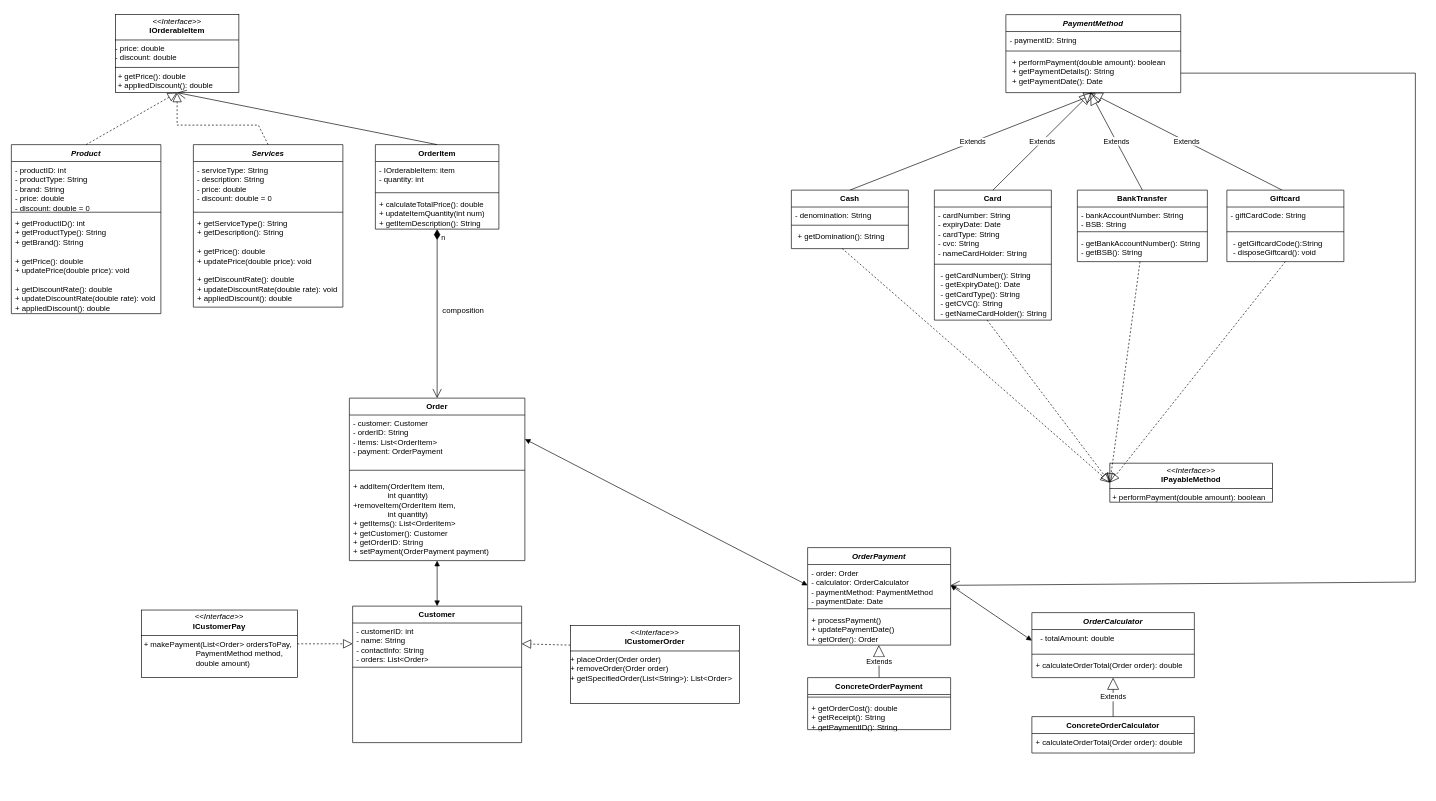
Earlier version of the draw.io diagram soft2201w3.drawio (NguyenChHieu/graphs). Source tidied: cells renumbered, new cells numbered last; positions are measured from the earlier drawing's top-left corner, leaving out a move shared by most shapes. Both pictures are drawn from the tidied source at 65%, with x=0, y=0 at pixel (11, 14).
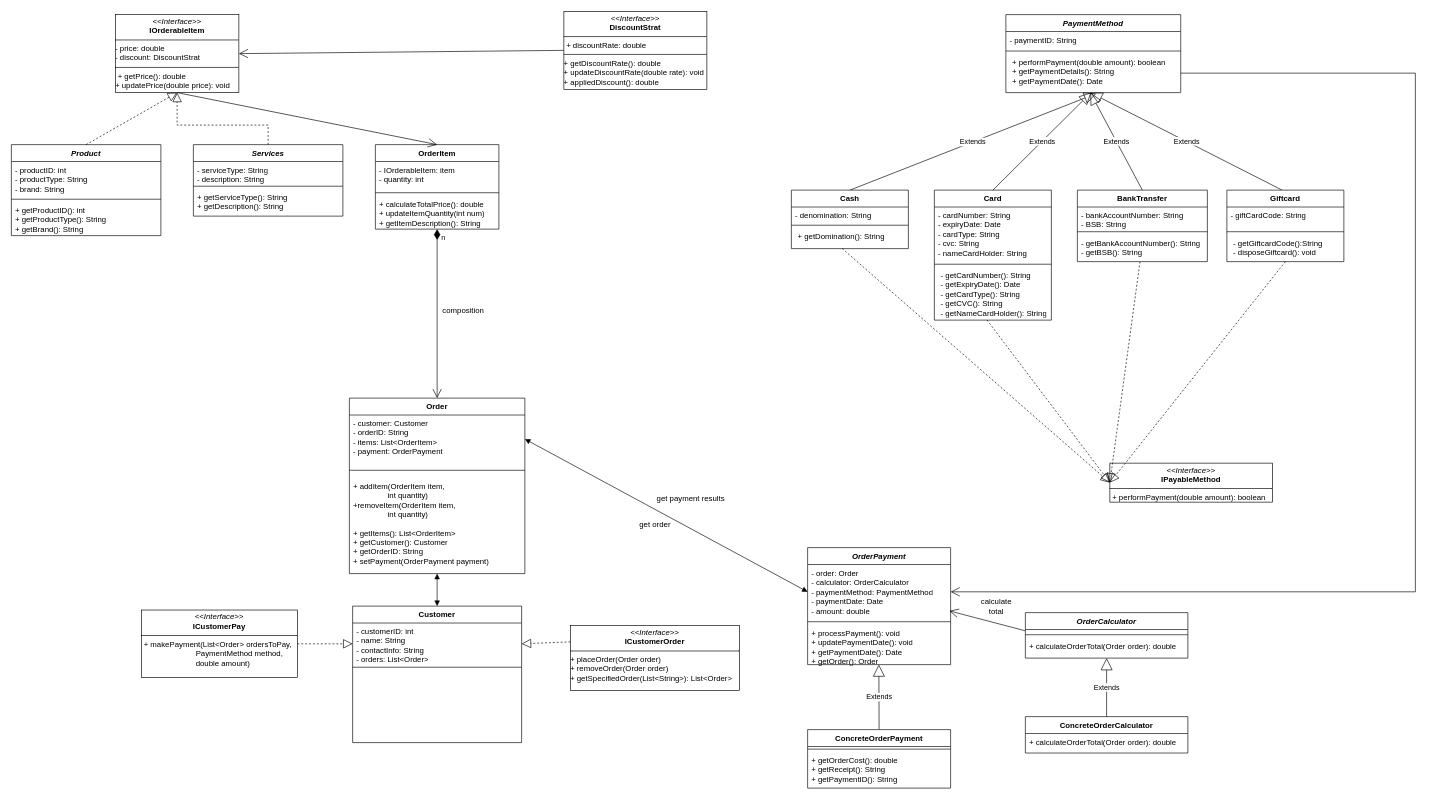
The same page after the edit.

Unchanged cells that the change refers to:
```xml
<mxCell id="17" value="OrderItem" style="swimlane;fontStyle=1;align=center;verticalAlign=top;horizontal=1;startSize=26;whiteSpace=wrap;html=1;" parent="1" vertex="1">
  <mxGeometry x="560" y="200" width="190" height="130" as="geometry" />
</mxCell>
<mxCell id="51" value="&lt;p style=&quot;margin: 0px 0px 0px 4px;&quot;&gt;+ performPayment(double amount):&lt;span style=&quot;background-color: initial;&quot;&gt;&amp;nbsp;&lt;/span&gt;&lt;span style=&quot;background-color: initial;&quot;&gt;boolean&lt;/span&gt;&lt;/p&gt;&lt;p style=&quot;margin: 0px 0px 0px 4px;&quot;&gt;+ getPaymentDetails():&amp;nbsp;&lt;span style=&quot;background-color: initial;&quot;&gt;String&lt;/span&gt;&lt;/p&gt;&lt;p style=&quot;margin: 0px 0px 0px 4px;&quot;&gt;&lt;span style=&quot;background-color: initial;&quot;&gt;+ getPaymentDate(): Date&lt;/span&gt;&lt;/p&gt;" style="text;strokeColor=none;fillColor=none;align=left;verticalAlign=top;spacingLeft=4;spacingRight=4;overflow=hidden;points=[[0,0.5],[1,0.5]];portConstraint=eastwest;whiteSpace=wrap;html=1;" parent="48" vertex="1">
  <mxGeometry y="60" width="269" height="60" as="geometry" />
</mxCell>
```

Diff of the diagram source:
```diff
@@
     <mxCell id="2" value="&lt;i&gt;Product&lt;/i&gt;" style="swimlane;fontStyle=1;align=center;verticalAlign=top;horizontal=1;startSize=26;whiteSpace=wrap;html=1;" parent="1" vertex="1">
-      <mxGeometry y="200" width="230" height="260" as="geometry" />
+      <mxGeometry y="200" width="230" height="140" as="geometry" />
     </mxCell>
-    <mxCell id="3" value="&lt;div&gt;- productID: int&lt;/div&gt;- productType: String&lt;div&gt;- brand: String&lt;br&gt;&lt;div&gt;- price: double&lt;/div&gt;&lt;/div&gt;&lt;div&gt;- discount: double = 0&lt;/div&gt;" style="text;strokeColor=none;fillColor=none;align=left;verticalAlign=top;spacingLeft=4;spacingRight=4;overflow=hidden;whiteSpace=wrap;html=1;" parent="2" vertex="1">
-      <mxGeometry y="26" width="230" height="74" as="geometry" />
+    <mxCell id="3" value="&lt;div&gt;- productID: int&lt;/div&gt;- productType: String&lt;div&gt;- brand: String&lt;/div&gt;" style="text;strokeColor=none;fillColor=none;align=left;verticalAlign=top;spacingLeft=4;spacingRight=4;overflow=hidden;whiteSpace=wrap;html=1;" parent="2" vertex="1">
+      <mxGeometry y="26" width="230" height="54" as="geometry" />
     </mxCell>
     <mxCell id="4" style="line;strokeWidth=1;fillColor=none;align=left;verticalAlign=middle;spacingTop=-1;spacingLeft=3;spacingRight=3;labelPosition=right;strokeColor=inherit;" parent="2" vertex="1">
-      <mxGeometry y="100" width="230" height="8" as="geometry" />
+      <mxGeometry y="80" width="230" height="8" as="geometry" />
     </mxCell>
-    <mxCell id="5" value="&lt;div&gt;+ getProductID(): int&lt;/div&gt;&lt;div&gt;&lt;span style=&quot;background-color: initial;&quot;&gt;+ getProductType(): String&lt;/span&gt;&lt;br&gt;&lt;/div&gt;&lt;div&gt;&lt;div&gt;+ getBrand(): String&lt;/div&gt;&lt;/div&gt;&lt;div&gt;&lt;span style=&quot;background-color: initial;&quot;&gt;&lt;br&gt;&lt;/span&gt;&lt;/div&gt;&lt;div&gt;&lt;div&gt;+ getPrice(): double&lt;/div&gt;&lt;div&gt;+ updatePrice(double price): void&lt;/div&gt;&lt;div&gt;&lt;br&gt;&lt;/div&gt;&lt;div&gt;+ getDiscountRate(): double&lt;/div&gt;&lt;div&gt;+ updateDiscountRate(double rate): void&lt;/div&gt;&lt;div&gt;+ appliedDiscount(): double&lt;/div&gt;&lt;/div&gt;" style="text;strokeColor=none;fillColor=none;align=left;verticalAlign=top;spacingLeft=4;spacingRight=4;overflow=hidden;whiteSpace=wrap;html=1;" parent="2" vertex="1">
-      <mxGeometry y="108" width="230" height="152" as="geometry" />
+    <mxCell id="5" value="&lt;div&gt;+ getProductID(): int&lt;/div&gt;&lt;div&gt;&lt;span style=&quot;background-color: initial;&quot;&gt;+ getProductType(): String&lt;/span&gt;&lt;br&gt;&lt;/div&gt;&lt;div&gt;&lt;div&gt;+ getBrand(): String&lt;/div&gt;&lt;/div&gt;&lt;div&gt;&lt;span style=&quot;background-color: initial;&quot;&gt;&lt;br&gt;&lt;/span&gt;&lt;/div&gt;&lt;div&gt;&lt;div&gt;&lt;br&gt;&lt;/div&gt;&lt;/div&gt;" style="text;strokeColor=none;fillColor=none;align=left;verticalAlign=top;spacingLeft=4;spacingRight=4;overflow=hidden;whiteSpace=wrap;html=1;" parent="2" vertex="1">
+      <mxGeometry y="88" width="230" height="52" as="geometry" />
     </mxCell>
     <mxCell id="6" value="&lt;i&gt;Services&lt;/i&gt;" style="swimlane;fontStyle=1;align=center;verticalAlign=top;horizontal=1;startSize=26;whiteSpace=wrap;html=1;" parent="1" vertex="1">
-      <mxGeometry x="280" y="200" width="230" height="250" as="geometry" />
+      <mxGeometry x="280" y="200" width="230" height="110" as="geometry" />
     </mxCell>
-    <mxCell id="7" value="&lt;div&gt;- serviceType: String&lt;br&gt;&lt;div&gt;- description: String&amp;nbsp;&lt;/div&gt;&lt;div&gt;- price: double&lt;/div&gt;&lt;/div&gt;&lt;div&gt;- discount: double = 0&lt;/div&gt;" style="text;strokeColor=none;fillColor=none;align=left;verticalAlign=top;spacingLeft=4;spacingRight=4;overflow=hidden;whiteSpace=wrap;html=1;" parent="6" vertex="1">
-      <mxGeometry y="26" width="230" height="74" as="geometry" />
+    <mxCell id="7" value="- serviceType: String&lt;br&gt;&lt;div&gt;- description: String&amp;nbsp;&lt;/div&gt;&lt;div&gt;&lt;br&gt;&lt;/div&gt;" style="text;strokeColor=none;fillColor=none;align=left;verticalAlign=top;spacingLeft=4;spacingRight=4;overflow=hidden;whiteSpace=wrap;html=1;" parent="6" vertex="1">
+      <mxGeometry y="26" width="230" height="34" as="geometry" />
     </mxCell>
     <mxCell id="8" style="line;strokeWidth=1;fillColor=none;align=left;verticalAlign=middle;spacingTop=-1;spacingLeft=3;spacingRight=3;labelPosition=right;strokeColor=inherit;" parent="6" vertex="1">
-      <mxGeometry y="100" width="230" height="8" as="geometry" />
+      <mxGeometry y="60" width="230" height="8" as="geometry" />
     </mxCell>
-    <mxCell id="9" value="&lt;div&gt;+ getServiceType(): String&lt;/div&gt;&lt;div&gt;+ getDescription(): String&lt;/div&gt;&lt;div&gt;&lt;div&gt;&lt;br&gt;&lt;/div&gt;&lt;div&gt;+ getPrice(): double&lt;/div&gt;&lt;div&gt;+ updatePrice(double price): void&lt;/div&gt;&lt;div&gt;&lt;br&gt;&lt;/div&gt;&lt;div&gt;+ getDiscountRate(): double&lt;/div&gt;&lt;div&gt;+ updateDiscountRate(double rate): void&lt;/div&gt;&lt;div&gt;+ appliedDiscount(): double&lt;/div&gt;&lt;div&gt;&lt;br&gt;&lt;/div&gt;&lt;/div&gt;" style="text;strokeColor=none;fillColor=none;align=left;verticalAlign=top;spacingLeft=4;spacingRight=4;overflow=hidden;whiteSpace=wrap;html=1;" parent="6" vertex="1">
-      <mxGeometry y="108" width="230" height="142" as="geometry" />
+    <mxCell id="9" value="&lt;div&gt;+ getServiceType(): String&lt;/div&gt;&lt;div&gt;+ getDescription(): String&lt;/div&gt;&lt;div&gt;&lt;div&gt;&lt;br&gt;&lt;/div&gt;&lt;div&gt;&lt;br&gt;&lt;/div&gt;&lt;div&gt;&lt;br&gt;&lt;/div&gt;&lt;/div&gt;" style="text;strokeColor=none;fillColor=none;align=left;verticalAlign=top;spacingLeft=4;spacingRight=4;overflow=hidden;whiteSpace=wrap;html=1;" parent="6" vertex="1">
+      <mxGeometry y="68" width="230" height="42" as="geometry" />
     </mxCell>
@@
-    <mxCell id="14" value="&lt;p style=&quot;margin:0px;margin-top:4px;text-align:center;&quot;&gt;&lt;i&gt;&amp;lt;&amp;lt;Interface&amp;gt;&amp;gt;&lt;/i&gt;&lt;br&gt;&lt;b&gt;IOrderableItem&lt;/b&gt;&lt;/p&gt;&lt;hr size=&quot;1&quot; style=&quot;border-style:solid;&quot;&gt;&lt;div&gt;- price: double&lt;/div&gt;&lt;div&gt;- discount: double&amp;nbsp;&lt;/div&gt;&lt;hr size=&quot;1&quot; style=&quot;border-style:solid;&quot;&gt;&lt;p style=&quot;margin: 0px 0px 0px 4px;&quot;&gt;+ getPrice(): double&lt;/p&gt;&lt;p style=&quot;margin: 0px 0px 0px 4px;&quot;&gt;+ appliedDiscount(): double&lt;/p&gt;" style="verticalAlign=top;align=left;overflow=fill;html=1;whiteSpace=wrap;" parent="1" vertex="1">
+    <mxCell id="14" value="&lt;p style=&quot;margin:0px;margin-top:4px;text-align:center;&quot;&gt;&lt;i&gt;&amp;lt;&amp;lt;Interface&amp;gt;&amp;gt;&lt;/i&gt;&lt;br&gt;&lt;b&gt;IOrderableItem&lt;/b&gt;&lt;/p&gt;&lt;hr size=&quot;1&quot; style=&quot;border-style:solid;&quot;&gt;&lt;div&gt;- price: double&lt;/div&gt;&lt;div&gt;- discount: DiscountStrat&lt;/div&gt;&lt;hr size=&quot;1&quot; style=&quot;border-style:solid;&quot;&gt;&lt;p style=&quot;margin: 0px 0px 0px 4px;&quot;&gt;+ getPrice(): double&lt;/p&gt;&lt;div&gt;&lt;span style=&quot;background-color: initial;&quot;&gt;+ updatePrice(double price): void&lt;/span&gt;&lt;br&gt;&lt;/div&gt;&lt;div&gt;&lt;br&gt;&lt;/div&gt;&lt;p style=&quot;margin: 0px 0px 0px 4px;&quot;&gt;&lt;br&gt;&lt;/p&gt;" style="verticalAlign=top;align=left;overflow=fill;html=1;whiteSpace=wrap;" parent="1" vertex="1">
       <mxGeometry x="160" width="190" height="120" as="geometry" />
     </mxCell>
@@
     <mxCell id="16" style="endArrow=block;dashed=1;endFill=0;endSize=12;html=1;rounded=0;exitX=0.5;exitY=0;exitDx=0;exitDy=0;entryX=0.5;entryY=1;entryDx=0;entryDy=0;" parent="1" edge="1" source="6" target="14">
       <mxGeometry relative="1" as="geometry">
         <Array as="points">
-          <mxPoint x="380" y="170" />
+          <mxPoint x="395" y="170" />
           <mxPoint x="255" y="170" />
         </Array>
       </mxGeometry>
     </mxCell>
@@
-    <mxCell id="21" style="endArrow=open;endFill=1;endSize=12;html=1;rounded=0;exitX=0.5;exitY=0;exitDx=0;exitDy=0;entryX=0.5;entryY=1;entryDx=0;entryDy=0;" parent="1" edge="1" source="17" target="14">
-      <mxGeometry relative="1" as="geometry" />
-    </mxCell>
     <mxCell id="22" value="Order" style="swimlane;fontStyle=1;align=center;verticalAlign=top;horizontal=1;startSize=26;whiteSpace=wrap;html=1;" parent="1" vertex="1">
-      <mxGeometry x="520" y="590" width="270" height="250" as="geometry" />
+      <mxGeometry x="520" y="590" width="270" height="270" as="geometry" />
     </mxCell>
@@
-    <mxCell id="25" value="+ addItem(OrderItem item,&lt;div&gt;&lt;span style=&quot;white-space: pre;&quot;&gt;&#9;&lt;/span&gt;&lt;span style=&quot;white-space: pre;&quot;&gt;&#9;&lt;/span&gt;int quantity)&lt;/div&gt;&lt;div&gt;+removeItem(&lt;span style=&quot;background-color: initial;&quot;&gt;OrderItem item,&lt;/span&gt;&lt;/div&gt;&lt;div&gt;&lt;span style=&quot;white-space: pre;&quot;&gt;&#9;&lt;/span&gt;&lt;span style=&quot;white-space: pre;&quot;&gt;&#9;&lt;/span&gt;int quantity)&lt;/div&gt;&lt;div&gt;+ getItems():&amp;nbsp;&lt;span style=&quot;background-color: initial;&quot;&gt;List&amp;lt;OrderItem&amp;gt;&lt;/span&gt;&lt;/div&gt;&lt;div&gt;+ getCustomer(): Customer&lt;/div&gt;&lt;div&gt;+ getOrderID: String&lt;/div&gt;&lt;div&gt;+ setPayment(OrderPayment payment)&amp;nbsp;&lt;/div&gt;" style="text;strokeColor=none;fillColor=none;align=left;verticalAlign=top;spacingLeft=4;spacingRight=4;overflow=hidden;whiteSpace=wrap;html=1;" parent="22" vertex="1">
-      <mxGeometry y="122" width="270" height="128" as="geometry" />
+    <mxCell id="25" value="+ addItem(OrderItem item,&lt;div&gt;&lt;span style=&quot;white-space: pre;&quot;&gt;&#9;&lt;/span&gt;&lt;span style=&quot;white-space: pre;&quot;&gt;&#9;&lt;/span&gt;int quantity)&lt;/div&gt;&lt;div&gt;+removeItem(&lt;span style=&quot;background-color: initial;&quot;&gt;OrderItem item,&lt;/span&gt;&lt;/div&gt;&lt;div&gt;&lt;span style=&quot;white-space: pre;&quot;&gt;&#9;&lt;/span&gt;&lt;span style=&quot;white-space: pre;&quot;&gt;&#9;&lt;/span&gt;int quantity)&lt;/div&gt;&lt;div&gt;&lt;br&gt;&lt;/div&gt;&lt;div&gt;+ getItems():&amp;nbsp;&lt;span style=&quot;background-color: initial;&quot;&gt;List&amp;lt;OrderItem&amp;gt;&lt;/span&gt;&lt;/div&gt;&lt;div&gt;+ getCustomer(): Customer&lt;/div&gt;&lt;div&gt;+ getOrderID: String&lt;/div&gt;&lt;div&gt;+ setPayment(OrderPayment payment)&amp;nbsp;&lt;/div&gt;" style="text;strokeColor=none;fillColor=none;align=left;verticalAlign=top;spacingLeft=4;spacingRight=4;overflow=hidden;whiteSpace=wrap;html=1;" parent="22" vertex="1">
+      <mxGeometry y="122" width="270" height="148" as="geometry" />
     </mxCell>
@@
     <mxCell id="36" value="ConcreteOrderCalculator" style="swimlane;fontStyle=1;align=center;verticalAlign=top;horizontal=1;startSize=26;whiteSpace=wrap;html=1;" parent="1" vertex="1">
-      <mxGeometry x="1570" y="1080" width="250" height="56" as="geometry" />
+      <mxGeometry x="1560" y="1080" width="250" height="56" as="geometry" />
     </mxCell>
@@
     <mxCell id="38" value="&lt;i&gt;OrderPayment&lt;/i&gt;" style="swimlane;fontStyle=1;align=center;verticalAlign=top;horizontal=1;startSize=26;whiteSpace=wrap;html=1;" parent="1" vertex="1">
-      <mxGeometry x="1225" y="820" width="220" height="150" as="geometry" />
+      <mxGeometry x="1225" y="820" width="220" height="180" as="geometry" />
     </mxCell>
-    <mxCell id="39" value="- order: Order&lt;div&gt;- calculator: OrderCalculator&lt;br&gt;&lt;div&gt;&lt;div&gt;&lt;span style=&quot;background-color: initial;&quot;&gt;- paymentMethod: PaymentMethod&lt;/span&gt;&lt;br&gt;&lt;/div&gt;&lt;div&gt;-&lt;span style=&quot;background-color: initial;&quot;&gt;&amp;nbsp;payment&lt;/span&gt;&lt;span style=&quot;background-color: initial;&quot;&gt;Date: Date&lt;/span&gt;&lt;/div&gt;&lt;/div&gt;&lt;/div&gt;" style="text;strokeColor=none;fillColor=none;align=left;verticalAlign=top;spacingLeft=4;spacingRight=4;overflow=hidden;points=[[0,0.5],[1,0.5]];portConstraint=eastwest;whiteSpace=wrap;html=1;" parent="38" vertex="1">
-      <mxGeometry y="26" width="220" height="64" as="geometry" />
+    <mxCell id="39" value="- order: Order&lt;div&gt;- calculator: OrderCalculator&lt;br&gt;&lt;div&gt;&lt;div&gt;&lt;span style=&quot;background-color: initial;&quot;&gt;- paymentMethod: PaymentMethod&lt;/span&gt;&lt;br&gt;&lt;/div&gt;&lt;div&gt;-&lt;span style=&quot;background-color: initial;&quot;&gt;&amp;nbsp;payment&lt;/span&gt;&lt;span style=&quot;background-color: initial;&quot;&gt;Date: Date&lt;/span&gt;&lt;/div&gt;&lt;/div&gt;&lt;/div&gt;&lt;div&gt;&lt;span style=&quot;background-color: initial;&quot;&gt;- amount: double&lt;/span&gt;&lt;/div&gt;" style="text;strokeColor=none;fillColor=none;align=left;verticalAlign=top;spacingLeft=4;spacingRight=4;overflow=hidden;points=[[0,0.5],[1,0.5]];portConstraint=eastwest;whiteSpace=wrap;html=1;" parent="38" vertex="1">
+      <mxGeometry y="26" width="220" height="84" as="geometry" />
     </mxCell>
     <mxCell id="40" style="line;strokeWidth=1;fillColor=none;align=left;verticalAlign=middle;spacingTop=-1;spacingLeft=3;spacingRight=3;labelPosition=right;strokeColor=inherit;" parent="38" vertex="1">
-      <mxGeometry y="90" width="220" height="8" as="geometry" />
+      <mxGeometry y="110" width="220" height="8" as="geometry" />
     </mxCell>
-    <mxCell id="41" value="&lt;div&gt;+ processPayment()&lt;/div&gt;&lt;div&gt;&lt;span style=&quot;background-color: initial;&quot;&gt;+ updatePaymentDate()&lt;/span&gt;&lt;/div&gt;&lt;div&gt;&lt;span style=&quot;background-color: initial;&quot;&gt;+ getOrder(): Order&lt;/span&gt;&lt;/div&gt;" style="text;strokeColor=none;fillColor=none;align=left;verticalAlign=top;spacingLeft=4;spacingRight=4;overflow=hidden;points=[[0,0.5],[1,0.5]];portConstraint=eastwest;whiteSpace=wrap;html=1;" parent="38" vertex="1">
-      <mxGeometry y="98" width="220" height="52" as="geometry" />
+    <mxCell id="41" value="&lt;div&gt;+ processPayment(): void&lt;/div&gt;&lt;div&gt;&lt;span style=&quot;background-color: initial;&quot;&gt;+ updatePaymentDate(): void&lt;/span&gt;&lt;/div&gt;&lt;div&gt;&lt;span style=&quot;background-color: initial;&quot;&gt;+ getPaymentDate(): Date&lt;/span&gt;&lt;/div&gt;&lt;div&gt;&lt;span style=&quot;background-color: initial;&quot;&gt;+ getOrder(): Order&lt;/span&gt;&lt;/div&gt;" style="text;strokeColor=none;fillColor=none;align=left;verticalAlign=top;spacingLeft=4;spacingRight=4;overflow=hidden;points=[[0,0.5],[1,0.5]];portConstraint=eastwest;whiteSpace=wrap;html=1;" parent="38" vertex="1">
+      <mxGeometry y="118" width="220" height="62" as="geometry" />
     </mxCell>
     <mxCell id="42" value="&lt;b&gt;&lt;i&gt;OrderCalculator&lt;/i&gt;&lt;/b&gt;" style="swimlane;fontStyle=1;align=center;verticalAlign=top;horizontal=1;startSize=26;whiteSpace=wrap;html=1;" parent="1" vertex="1">
-      <mxGeometry x="1570" y="920" width="250" height="100" as="geometry" />
+      <mxGeometry x="1560" y="920" width="250" height="70" as="geometry" />
     </mxCell>
-    <mxCell id="43" value="&lt;p style=&quot;margin: 0px 0px 0px 4px;&quot;&gt;&lt;span style=&quot;background-color: initial;&quot;&gt;&amp;nbsp;- totalAmount: double&amp;nbsp;&lt;/span&gt;&lt;br&gt;&lt;/p&gt;" style="text;strokeColor=none;fillColor=none;align=left;verticalAlign=top;spacingLeft=4;spacingRight=4;overflow=hidden;points=[[0,0.5],[1,0.5]];portConstraint=eastwest;whiteSpace=wrap;html=1;" parent="42" vertex="1">
-      <mxGeometry y="26" width="250" height="34" as="geometry" />
+    <mxCell id="43" value="&lt;p style=&quot;margin: 0px 0px 0px 4px;&quot;&gt;&lt;br&gt;&lt;/p&gt;" style="text;strokeColor=none;fillColor=none;align=left;verticalAlign=top;spacingLeft=4;spacingRight=4;overflow=hidden;points=[[0,0.5],[1,0.5]];portConstraint=eastwest;whiteSpace=wrap;html=1;" parent="42" vertex="1">
+      <mxGeometry y="26" width="250" height="4" as="geometry" />
     </mxCell>
     <mxCell id="44" style="line;strokeWidth=1;fillColor=none;align=left;verticalAlign=middle;spacingTop=-1;spacingLeft=3;spacingRight=3;labelPosition=right;strokeColor=inherit;" parent="42" vertex="1">
-      <mxGeometry y="60" width="250" height="8" as="geometry" />
+      <mxGeometry y="30" width="250" height="8" as="geometry" />
     </mxCell>
     <mxCell id="45" value="&lt;div&gt;+ calculateOrderTotal(Order order): double&lt;/div&gt;&lt;div&gt;&lt;br&gt;&lt;/div&gt;" style="text;strokeColor=none;fillColor=none;align=left;verticalAlign=top;spacingLeft=4;spacingRight=4;overflow=hidden;whiteSpace=wrap;html=1;" parent="42" vertex="1">
-      <mxGeometry y="68" width="250" height="32" as="geometry" />
+      <mxGeometry y="38" width="250" height="32" as="geometry" />
     </mxCell>
@@
     <mxCell id="61" value="ConcreteOrderPayment" style="swimlane;fontStyle=1;align=center;verticalAlign=top;horizontal=1;startSize=26;whiteSpace=wrap;html=1;" parent="1" vertex="1">
-      <mxGeometry x="1225" y="1020" width="220" height="80" as="geometry" />
+      <mxGeometry x="1225" y="1100" width="220" height="90" as="geometry" />
     </mxCell>
@@
     <mxCell id="63" value="&lt;div&gt;+ getOrderCost(): double&lt;/div&gt;&lt;div&gt;+ getReceipt(): String&lt;/div&gt;&lt;div&gt;+ getPaymentID(): String&lt;/div&gt;" style="text;strokeColor=none;fillColor=none;align=left;verticalAlign=top;spacingLeft=4;spacingRight=4;overflow=hidden;whiteSpace=wrap;html=1;" parent="61" vertex="1">
-      <mxGeometry y="34" width="220" height="46" as="geometry" />
+      <mxGeometry y="34" width="220" height="56" as="geometry" />
     </mxCell>
     <mxCell id="64" style="endArrow=open;endFill=1;endSize=12;html=1;rounded=0;exitX=1;exitY=0.5;exitDx=0;exitDy=0;entryX=1;entryY=0.5;entryDx=0;entryDy=0;" parent="1" edge="1" source="51" target="39">
       <mxGeometry relative="1" as="geometry">
         <Array as="points">
           <mxPoint x="2160" y="90" />
-          <mxPoint x="2160" y="873" />
+          <mxPoint x="2160" y="888" />
         </Array>
       </mxGeometry>
     </mxCell>
@@
-    <mxCell id="73" style="endArrow=block;startArrow=block;endFill=1;startFill=1;html=1;rounded=0;entryX=0;entryY=0.5;entryDx=0;entryDy=0;exitX=1;exitY=0.5;exitDx=0;exitDy=0;" parent="1" edge="1" source="39" target="43">
-      <mxGeometry relative="1" as="geometry" />
-    </mxCell>
@@
     <mxCell id="76" value="&lt;p style=&quot;margin:0px;margin-top:4px;text-align:center;&quot;&gt;&lt;i&gt;&amp;lt;&amp;lt;Interface&amp;gt;&amp;gt;&lt;/i&gt;&lt;br&gt;&lt;b&gt;ICustomerOrder&lt;/b&gt;&lt;/p&gt;&lt;hr size=&quot;1&quot; style=&quot;border-style:solid;&quot;&gt;&lt;div&gt;+ placeOrder(Order order)&lt;/div&gt;&lt;div&gt;+ removeOrder(Order order)&lt;/div&gt;&lt;div&gt;&lt;span style=&quot;background-color: initial;&quot;&gt;+ getSpecifiedOrder(List&amp;lt;String&amp;gt;): List&amp;lt;Order&amp;gt;&lt;/span&gt;&lt;/div&gt;" style="verticalAlign=top;align=left;overflow=fill;html=1;whiteSpace=wrap;" parent="1" vertex="1">
-      <mxGeometry x="860" y="940" width="260" height="120" as="geometry" />
+      <mxGeometry x="860" y="940" width="260" height="100" as="geometry" />
     </mxCell>
@@
+    <mxCell id="80" style="endArrow=open;endFill=1;endSize=12;html=1;rounded=0;exitX=0;exitY=0.5;exitDx=0;exitDy=0;entryX=0.991;entryY=0.849;entryDx=0;entryDy=0;entryPerimeter=0;" parent="1" edge="1" source="43" target="39">
+      <mxGeometry relative="1" as="geometry" />
+    </mxCell>
+    <mxCell id="81" value="calculate&lt;div&gt;total&lt;/div&gt;" style="text;html=1;align=center;verticalAlign=middle;strokeColor=none;fillColor=none;" parent="1" vertex="1">
+      <mxGeometry x="1480" y="890" width="70" height="40" as="geometry" />
+    </mxCell>
+    <mxCell id="82" value="get payment results" style="text;html=1;align=center;verticalAlign=middle;strokeColor=none;fillColor=none;" parent="1" vertex="1">
+      <mxGeometry x="980" y="730" width="130" height="30" as="geometry" />
+    </mxCell>
+    <mxCell id="83" value="get order" style="text;html=1;align=center;verticalAlign=middle;strokeColor=none;fillColor=none;" parent="1" vertex="1">
+      <mxGeometry x="955" y="770" width="70" height="30" as="geometry" />
+    </mxCell>
+    <mxCell id="84" style="endArrow=open;endFill=1;endSize=12;html=1;rounded=0;exitX=0.5;exitY=1;exitDx=0;exitDy=0;entryX=0.5;entryY=0;entryDx=0;entryDy=0;" parent="1" edge="1" source="14" target="17">
+      <mxGeometry relative="1" as="geometry" />
+    </mxCell>
+    <mxCell id="85" value="&lt;p style=&quot;margin:0px;margin-top:4px;text-align:center;&quot;&gt;&lt;i&gt;&amp;lt;&amp;lt;Interface&amp;gt;&amp;gt;&lt;/i&gt;&lt;br&gt;&lt;b&gt;DiscountStrat&lt;/b&gt;&lt;/p&gt;&lt;hr size=&quot;1&quot; style=&quot;border-style:solid;&quot;&gt;&lt;p style=&quot;margin:0px;margin-left:4px;&quot;&gt;+ discountRate: double&lt;/p&gt;&lt;hr size=&quot;1&quot; style=&quot;border-style:solid;&quot;&gt;&lt;div&gt;+ getDiscountRate(): double&lt;/div&gt;&lt;div&gt;+ updateDiscountRate(double rate): void&lt;/div&gt;&lt;div&gt;+ appliedDiscount(): double&lt;/div&gt;" style="verticalAlign=top;align=left;overflow=fill;html=1;whiteSpace=wrap;" parent="1" vertex="1">
+      <mxGeometry x="850" y="-5" width="220" height="120" as="geometry" />
+    </mxCell>
+    <mxCell id="86" style="endArrow=open;endFill=1;endSize=12;html=1;rounded=0;entryX=1;entryY=0.5;entryDx=0;entryDy=0;exitX=0;exitY=0.5;exitDx=0;exitDy=0;" parent="1" edge="1" source="85" target="14">
+      <mxGeometry relative="1" as="geometry" />
+    </mxCell>
```
